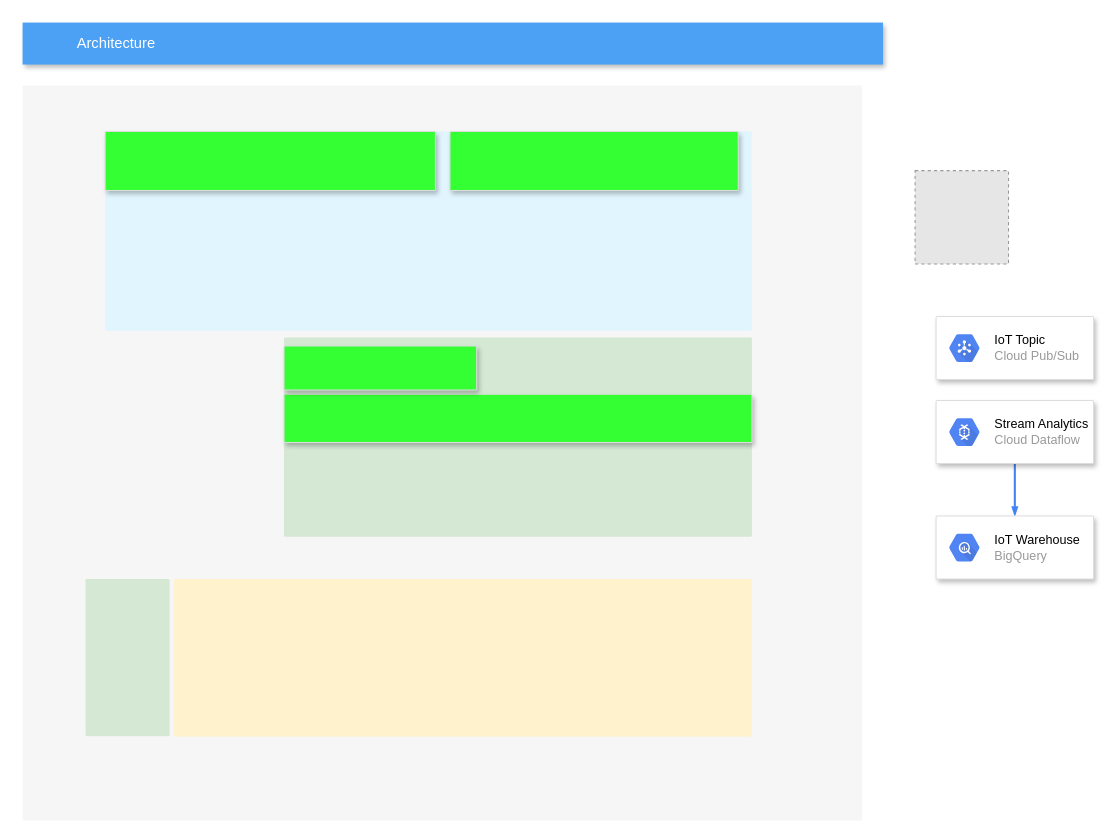
Above: craft/a_site_model_1.drawio in feihu618/drawio (draw.io), before the change. Source tidied: cells renumbered, new cells numbered last; positions are measured from the earlier drawing's top-left corner, leaving out a move shared by most shapes. Both pictures are drawn from the tidied source at 105%, with x=0, y=0 at pixel (22, 22). Pictures stored in the file or linked from it are replaced by grey dashed boxes.
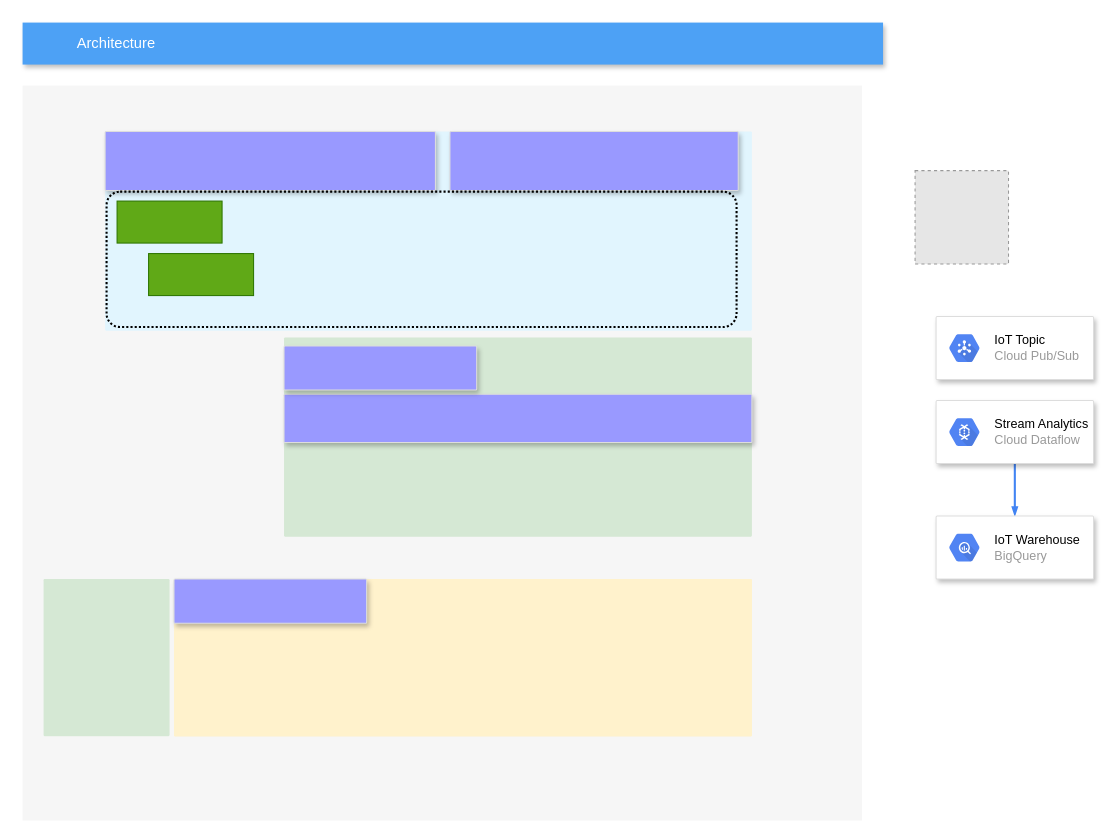
After the change.

Unchanged cells that the change refers to:
```xml
<mxCell id="2" style="fillColor=#F6F6F6;strokeColor=none;shadow=0;gradientColor=none;fontSize=14;align=left;spacing=10;fontColor=#717171;9E9E9E;verticalAlign=top;spacingTop=-4;fontStyle=0;spacingLeft=40;html=1;" parent="1" vertex="1">
  <mxGeometry y="60" width="799.5" height="700" as="geometry" />
</mxCell>
```

What changed in the source:
```diff
@@
-    <mxCell id="4" style="strokeColor=#dddddd;fillColor=#33FF33;shadow=1;strokeWidth=1;rounded=1;absoluteArcSize=1;arcSize=2;fontSize=10;fontColor=#9E9E9E;align=center;html=1;" parent="2" vertex="1">
+    <mxCell id="4" style="strokeColor=#dddddd;fillColor=#9999FF;shadow=1;strokeWidth=1;rounded=1;absoluteArcSize=1;arcSize=2;fontSize=10;fontColor=#9E9E9E;align=center;html=1;" parent="2" vertex="1">
       <mxGeometry x="78.6" y="43.8" width="314.6" height="56.2" as="geometry" />
     </mxCell>
@@
-    <mxCell id="7" style="strokeColor=#dddddd;fillColor=#33FF33;shadow=1;strokeWidth=1;rounded=1;absoluteArcSize=1;arcSize=2;fontSize=10;fontColor=#9E9E9E;align=center;html=1;" parent="2" vertex="1">
+    <mxCell id="7" style="strokeColor=#dddddd;fillColor=#9999FF;shadow=1;strokeWidth=1;rounded=1;absoluteArcSize=1;arcSize=2;fontSize=10;fontColor=#9E9E9E;align=center;html=1;" parent="2" vertex="1">
       <mxGeometry x="407" y="43.8" width="274.6" height="56.2" as="geometry" />
     </mxCell>
-    <mxCell id="8" style="strokeColor=#dddddd;fillColor=#33FF33;shadow=1;strokeWidth=1;rounded=1;absoluteArcSize=1;arcSize=2;fontSize=10;fontColor=#9E9E9E;align=center;html=1;" parent="2" vertex="1">
+    <mxCell id="8" style="strokeColor=#dddddd;fillColor=#9999FF;shadow=1;strokeWidth=1;rounded=1;absoluteArcSize=1;arcSize=2;fontSize=10;fontColor=#9E9E9E;align=center;html=1;" parent="2" vertex="1">
       <mxGeometry x="249" y="294" width="445.6" height="46" as="geometry" />
     </mxCell>
-    <mxCell id="9" style="strokeColor=#dddddd;fillColor=#33FF33;shadow=1;strokeWidth=1;rounded=1;absoluteArcSize=1;arcSize=2;fontSize=10;fontColor=#9E9E9E;align=center;html=1;" parent="2" vertex="1">
+    <mxCell id="9" style="strokeColor=#dddddd;fillColor=#9999FF;shadow=1;strokeWidth=1;rounded=1;absoluteArcSize=1;arcSize=2;fontSize=10;fontColor=#9E9E9E;align=center;html=1;" parent="2" vertex="1">
       <mxGeometry x="249" y="248" width="183.5" height="42" as="geometry" />
     </mxCell>
     <mxCell id="10" style="rounded=1;absoluteArcSize=1;arcSize=2;html=1;strokeColor=#82b366;shadow=0;dashed=0;strokeColor=none;fontSize=12;align=left;verticalAlign=top;spacing=10;spacingTop=-4;fillColor=#d5e8d4;" parent="2" vertex="1">
-      <mxGeometry x="60" y="470" width="80" height="149.6" as="geometry" />
+      <mxGeometry x="20" y="470" width="120" height="149.6" as="geometry" />
     </mxCell>
+    <mxCell id="20" style="rounded=1;arcSize=10;dashed=1;fillColor=none;gradientColor=none;dashPattern=1 1;strokeWidth=2;" parent="2" vertex="1">
+      <mxGeometry x="80" y="101" width="600" height="129" as="geometry" />
+    </mxCell>
+    <mxCell id="21" style="html=1;dashed=0;whitespace=wrap;fillColor=#60a917;fontColor=#ffffff;strokeColor=#2D7600;" parent="2" vertex="1">
+      <mxGeometry x="90" y="110" width="100" height="40" as="geometry" />
+    </mxCell>
+    <mxCell id="22" style="html=1;dashed=0;whitespace=wrap;fillColor=#60a917;fontColor=#ffffff;strokeColor=#2D7600;" parent="2" vertex="1">
+      <mxGeometry x="120" y="160" width="100" height="40" as="geometry" />
+    </mxCell>
+    <mxCell id="23" style="strokeColor=#dddddd;fillColor=#9999FF;shadow=1;strokeWidth=1;rounded=1;absoluteArcSize=1;arcSize=2;fontSize=10;fontColor=#9E9E9E;align=center;html=1;" parent="2" vertex="1">
+      <mxGeometry x="144.2" y="470" width="183.5" height="42" as="geometry" />
+    </mxCell>
```
